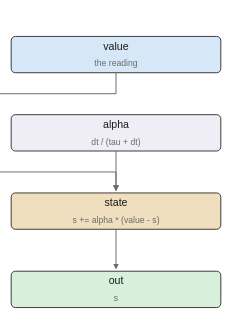
The draw.io diagram images/logic/block_Ewma.drawio.svg in pstch/botanik2, before a commit. Source tidied: cells renumbered, new cells last; positions are measured from the earlier drawing's top-left corner, leaving out a move shared by most shapes.
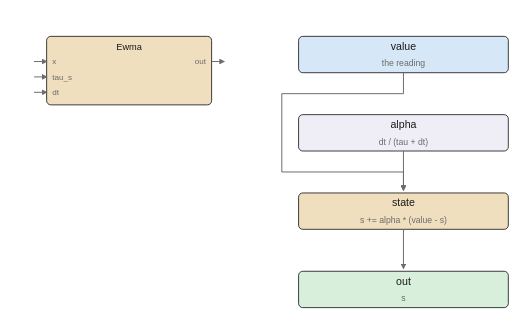
After the commit.

Diff of the diagram source:
```diff
@@ -2,41 +2,83 @@
   <root>
     <mxCell id="0" />
     <mxCell id="1" parent="0" />
-    <mxCell id="2" value="value" style="rounded=1;fillColor=#d6e8f7;strokeColor=#1a1a1a;whiteSpace=wrap;html=1;fontSize=8;" parent="1" vertex="1">
-      <mxGeometry x="12" width="150" height="26" as="geometry" />
+    <mxCell id="2" style="rounded=1;fillColor=#f0dfbe;strokeColor=#1a1a1a;whiteSpace=wrap;html=1;fontSize=8;" parent="1" vertex="1">
+      <mxGeometry x="37" width="118" height="49" as="geometry" />
     </mxCell>
-    <mxCell id="3" value="alpha" style="rounded=1;fillColor=#efeef6;strokeColor=#1a1a1a;whiteSpace=wrap;html=1;fontSize=8;" parent="1" vertex="1">
-      <mxGeometry x="12" y="56" width="150" height="26" as="geometry" />
+    <mxCell id="3" value="Ewma" style="text;html=1;fontSize=6;fontColor=#1a1a1a;align=center;" parent="1" vertex="1">
+      <mxGeometry x="96" y="3.4" width="40" height="10.6" as="geometry" />
     </mxCell>
-    <mxCell id="4" value="state" style="rounded=1;fillColor=#f0dfbe;strokeColor=#1a1a1a;whiteSpace=wrap;html=1;fontSize=8;" parent="1" vertex="1">
-      <mxGeometry x="12" y="112" width="150" height="26" as="geometry" />
+    <mxCell id="4" value="x" style="text;html=1;fontSize=5;fontColor=#6b6b6b;align=left;" parent="1" vertex="1">
+      <mxGeometry x="41" y="14.2" width="40" height="9.8" as="geometry" />
     </mxCell>
+    <mxCell id="9" style="edgeStyle=none;html=1;strokeColor=#6b6b6b;endArrow=block;" parent="1" edge="1">
+      <mxGeometry relative="1" as="geometry">
+        <mxPoint x="28" y="18" as="sourcePoint" />
+        <mxPoint x="37" y="18" as="targetPoint" />
+      </mxGeometry>
+    </mxCell>
+    <mxCell id="10" value="tau_s" style="text;html=1;fontSize=5;fontColor=#6b6b6b;align=left;" parent="1" vertex="1">
+      <mxGeometry x="41" y="25.2" width="40" height="9.8" as="geometry" />
+    </mxCell>
+    <mxCell id="7" style="edgeStyle=none;html=1;strokeColor=#6b6b6b;endArrow=block;" parent="1" edge="1">
+      <mxGeometry relative="1" as="geometry">
+        <mxPoint x="28" y="29" as="sourcePoint" />
+        <mxPoint x="37" y="29" as="targetPoint" />
+      </mxGeometry>
+    </mxCell>
+    <mxCell id="11" value="dt" style="text;html=1;fontSize=5;fontColor=#6b6b6b;align=left;" parent="1" vertex="1">
+      <mxGeometry x="41" y="36.2" width="40" height="9.8" as="geometry" />
+    </mxCell>
+    <mxCell id="12" style="edgeStyle=none;html=1;strokeColor=#6b6b6b;endArrow=block;" parent="1" edge="1">
+      <mxGeometry relative="1" as="geometry">
+        <mxPoint x="28" y="40" as="sourcePoint" />
+        <mxPoint x="37" y="40" as="targetPoint" />
+      </mxGeometry>
+    </mxCell>
+    <mxCell id="13" value="out" style="text;html=1;fontSize=5;fontColor=#6b6b6b;align=left;" parent="1" vertex="1">
+      <mxGeometry x="151" y="14.2" width="40" height="9.8" as="geometry" />
+    </mxCell>
+    <mxCell id="14" style="edgeStyle=none;html=1;strokeColor=#6b6b6b;endArrow=block;" parent="1" edge="1">
+      <mxGeometry relative="1" as="geometry">
+        <mxPoint x="155" y="18" as="sourcePoint" />
+        <mxPoint x="164" y="18" as="targetPoint" />
+      </mxGeometry>
+    </mxCell>
+    <mxCell id="15" value="value" style="rounded=1;fillColor=#d6e8f7;strokeColor=#1a1a1a;whiteSpace=wrap;html=1;fontSize=8;" parent="1" vertex="1">
+      <mxGeometry x="217.2" width="150" height="26" as="geometry" />
+    </mxCell>
+    <mxCell id="16" value="alpha" style="rounded=1;fillColor=#efeef6;strokeColor=#1a1a1a;whiteSpace=wrap;html=1;fontSize=8;" parent="1" vertex="1">
+      <mxGeometry x="217.2" y="56" width="150" height="26" as="geometry" />
+    </mxCell>
+    <mxCell id="17" value="state" style="rounded=1;fillColor=#f0dfbe;strokeColor=#1a1a1a;whiteSpace=wrap;html=1;fontSize=8;" parent="1" vertex="1">
+      <mxGeometry x="217.2" y="112" width="150" height="26" as="geometry" />
+    </mxCell>
     <mxCell id="5" value="out" style="rounded=1;fillColor=#d7efdb;strokeColor=#1a1a1a;whiteSpace=wrap;html=1;fontSize=8;" parent="1" vertex="1">
-      <mxGeometry x="12" y="168" width="150" height="26" as="geometry" />
+      <mxGeometry x="217.2" y="168" width="150" height="26" as="geometry" />
     </mxCell>
-    <mxCell id="6" style="edgeStyle=none;html=1;strokeColor=#6b6b6b;endArrow=block;" parent="1" edge="1">
-      <mxGeometry relative="1" as="geometry">
-        <mxPoint x="87" y="26" as="sourcePoint" />
-        <mxPoint x="87" y="110" as="targetPoint" />
-        <Array as="points">
-          <mxPoint x="87" y="41" />
-          <mxPoint y="41" />
-          <mxPoint y="97" />
-          <mxPoint x="87" y="97" />
-        </Array>
-      </mxGeometry>
-    </mxCell>
-    <mxCell id="7" style="edgeStyle=none;html=1;strokeColor=#6b6b6b;endArrow=block;" parent="1" edge="1">
-      <mxGeometry relative="1" as="geometry">
-        <mxPoint x="87" y="82" as="sourcePoint" />
-        <mxPoint x="87" y="110" as="targetPoint" />
-      </mxGeometry>
-    </mxCell>
-    <mxCell id="8" style="edgeStyle=none;html=1;strokeColor=#6b6b6b;endArrow=block;" parent="1" edge="1">
-      <mxGeometry relative="1" as="geometry">
-        <mxPoint x="87" y="138" as="sourcePoint" />
-        <mxPoint x="87" y="166" as="targetPoint" />
-      </mxGeometry>
-    </mxCell>
+    <mxCell id="18" style="edgeStyle=none;html=1;strokeColor=#6b6b6b;endArrow=block;" parent="1" edge="1">
+      <mxGeometry relative="1" as="geometry">
+        <mxPoint x="292.2" y="26" as="sourcePoint" />
+        <mxPoint x="292.2" y="110" as="targetPoint" />
+        <Array as="points">
+          <mxPoint x="292.2" y="41" />
+          <mxPoint x="205.2" y="41" />
+          <mxPoint x="205.2" y="97" />
+          <mxPoint x="292.2" y="97" />
+        </Array>
+      </mxGeometry>
+    </mxCell>
+    <mxCell id="19" style="edgeStyle=none;html=1;strokeColor=#6b6b6b;endArrow=block;" parent="1" edge="1">
+      <mxGeometry relative="1" as="geometry">
+        <mxPoint x="292.2" y="82" as="sourcePoint" />
+        <mxPoint x="292.2" y="110" as="targetPoint" />
+      </mxGeometry>
+    </mxCell>
+    <mxCell id="20" style="edgeStyle=none;html=1;strokeColor=#6b6b6b;endArrow=block;" parent="1" edge="1">
+      <mxGeometry relative="1" as="geometry">
+        <mxPoint x="292.2" y="138" as="sourcePoint" />
+        <mxPoint x="292.2" y="166" as="targetPoint" />
+      </mxGeometry>
+    </mxCell>
   </root>
 </mxGraphModel>
```
